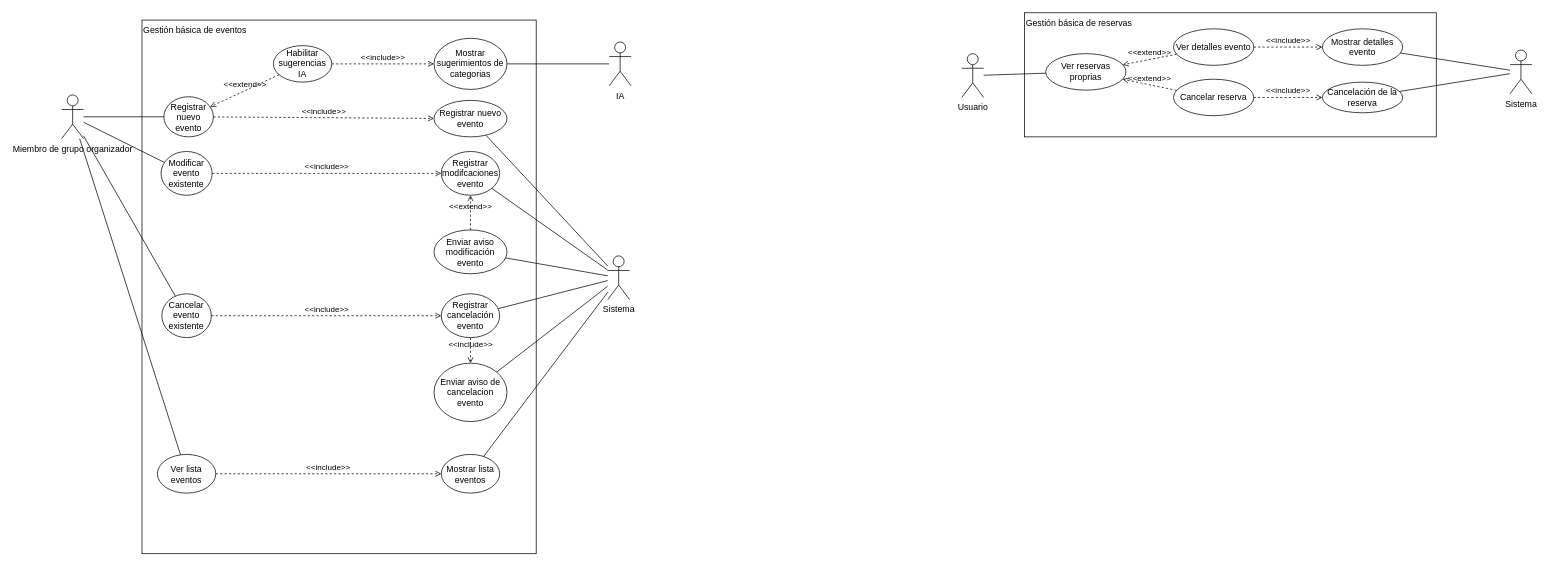
The draw.io diagram docs/diagrams/use-case/use-case-diagram.es.drawio in a-mayb3/group_n_meet_backend, before the edit. Source tidied: cells renumbered, new cells numbered last; positions are measured from the earlier drawing's top-left corner, leaving out a move shared by most shapes. Both pictures are drawn from the tidied source at 73%, with x=0, y=0 at pixel (61, 12).
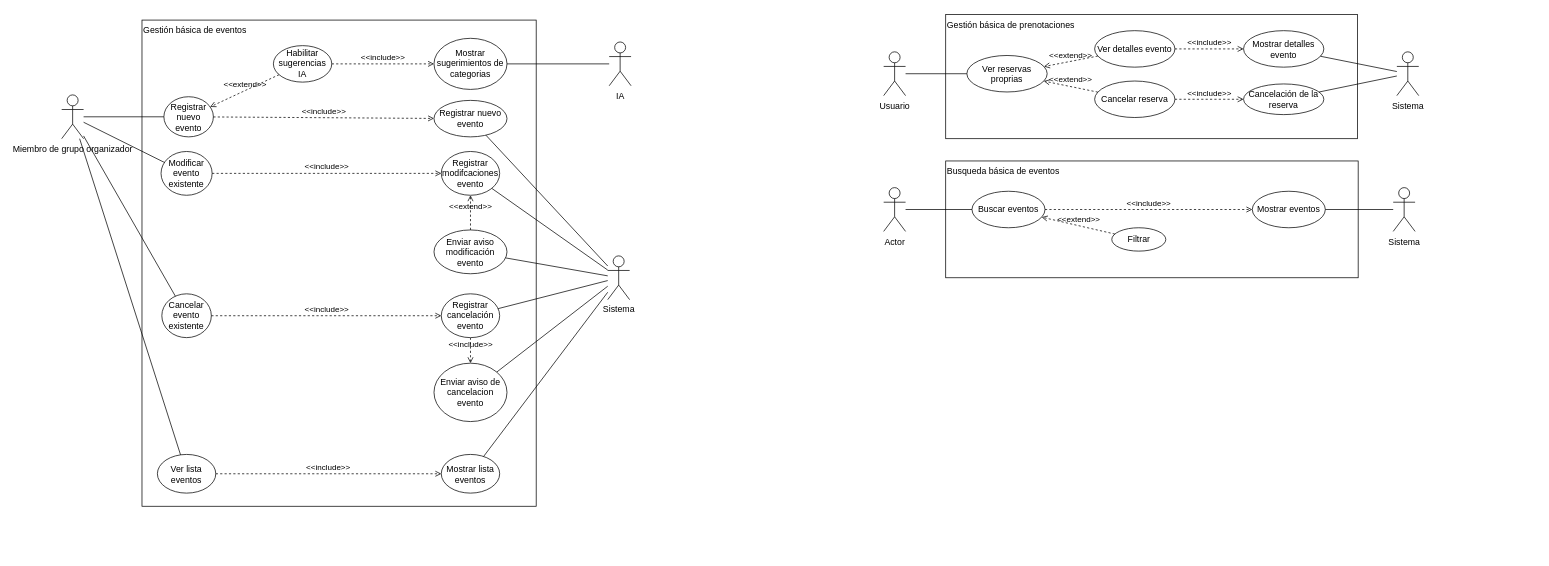
After the change.

Commit message:
Añadido caso de uso de busqueda de eventos

What changed in the source:
```diff
@@
+    <mxCell id="52" value="Busqueda básica de eventos" style="rounded=0;whiteSpace=wrap;html=1;align=left;verticalAlign=top;" parent="1" vertex="1">
+      <mxGeometry x="1211" y="203" width="565" height="160" as="geometry" />
+    </mxCell>
+    <mxCell id="51" value="Gestión básica de prenotaciones" style="rounded=0;whiteSpace=wrap;html=1;fillColor=none;align=left;verticalAlign=top;" parent="1" vertex="1">
+      <mxGeometry x="1211" y="2.5" width="564" height="170" as="geometry" />
+    </mxCell>
     <mxCell id="2" value="Gestión básica de eventos" style="rounded=0;whiteSpace=wrap;html=1;fillColor=none;align=left;verticalAlign=top;" parent="1" vertex="1">
-      <mxGeometry x="110" y="10" width="540" height="731" as="geometry" />
+      <mxGeometry x="110" y="10" width="540" height="666" as="geometry" />
     </mxCell>
     <mxCell id="3" value="Usuario" style="shape=umlActor;verticalLabelPosition=bottom;verticalAlign=top;html=1;" parent="1" vertex="1">
-      <mxGeometry x="1233" y="56" width="30" height="60" as="geometry" />
+      <mxGeometry x="1126" y="53.5" width="30" height="60" as="geometry" />
     </mxCell>
@@
     <mxCell id="5" value="Ver reservas proprias" style="ellipse;whiteSpace=wrap;html=1;" parent="1" vertex="1">
-      <mxGeometry x="1348" y="56" width="110" height="50" as="geometry" />
+      <mxGeometry x="1240" y="58.5" width="110" height="50" as="geometry" />
     </mxCell>
     <mxCell id="6" value="Ver detalles evento" style="ellipse;whiteSpace=wrap;html=1;" parent="1" vertex="1">
-      <mxGeometry x="1523" y="22" width="110" height="50" as="geometry" />
+      <mxGeometry x="1415" y="24.5" width="110" height="50" as="geometry" />
     </mxCell>
     <mxCell id="7" value="Mostrar detalles evento" style="ellipse;whiteSpace=wrap;html=1;" parent="1" vertex="1">
-      <mxGeometry x="1727" y="22" width="110" height="50" as="geometry" />
+      <mxGeometry x="1619" y="24.5" width="110" height="50" as="geometry" />
     </mxCell>
     <mxCell id="8" value="Cancelar reserva" style="ellipse;whiteSpace=wrap;html=1;" parent="1" vertex="1">
-      <mxGeometry x="1523" y="91" width="110" height="50" as="geometry" />
+      <mxGeometry x="1415" y="93.5" width="110" height="50" as="geometry" />
     </mxCell>
     <mxCell id="9" value="Cancelación de la reserva" style="ellipse;whiteSpace=wrap;html=1;" parent="1" vertex="1">
-      <mxGeometry x="1727" y="95" width="110" height="42" as="geometry" />
+      <mxGeometry x="1619" y="97.5" width="110" height="42" as="geometry" />
     </mxCell>
@@
     <mxCell id="48" value="Sistema" style="shape=umlActor;verticalLabelPosition=bottom;verticalAlign=top;html=1;" parent="1" vertex="1">
-      <mxGeometry x="1984" y="51" width="30" height="60" as="geometry" />
+      <mxGeometry x="1829" y="53.5" width="30" height="60" as="geometry" />
     </mxCell>
+    <mxCell id="53" value="Sistema" style="shape=umlActor;verticalLabelPosition=bottom;verticalAlign=top;html=1;" parent="1" vertex="1">
+      <mxGeometry x="1824" y="239.5" width="30" height="60" as="geometry" />
+    </mxCell>
@@
-    <mxCell id="51" value="Gestión básica de reservas" style="rounded=0;whiteSpace=wrap;html=1;fillColor=none;align=left;verticalAlign=top;" parent="1" vertex="1">
-      <mxGeometry x="1319" width="564" height="170" as="geometry" />
-    </mxCell>
+    <mxCell id="54" value="Actor" style="shape=umlActor;verticalLabelPosition=bottom;verticalAlign=top;html=1;outlineConnect=0;" parent="1" vertex="1">
+      <mxGeometry x="1126" y="239.5" width="30" height="60" as="geometry" />
+    </mxCell>
+    <mxCell id="55" value="Buscar eventos" style="ellipse;whiteSpace=wrap;html=1;" parent="1" vertex="1">
+      <mxGeometry x="1247" y="244.5" width="100" height="50" as="geometry" />
+    </mxCell>
+    <mxCell id="56" value="Filtrar" style="ellipse;whiteSpace=wrap;html=1;" parent="1" vertex="1">
+      <mxGeometry x="1438.5" y="294.5" width="74" height="32" as="geometry" />
+    </mxCell>
+    <mxCell id="57" value="&amp;lt;&amp;lt;extend&amp;gt;&amp;gt;" style="html=1;verticalAlign=bottom;labelBackgroundColor=none;endArrow=open;endFill=0;dashed=1;rounded=0;" parent="1" edge="1" source="56" target="55">
+      <mxGeometry relative="1" as="geometry" />
+    </mxCell>
+    <mxCell id="58" style="endArrow=none;html=1;rounded=0;" parent="1" edge="1" source="55" target="54">
+      <mxGeometry relative="1" as="geometry" />
+    </mxCell>
+    <mxCell id="59" value="Mostrar eventos" style="ellipse;whiteSpace=wrap;html=1;" parent="1" vertex="1">
+      <mxGeometry x="1631" y="244.5" width="100" height="50" as="geometry" />
+    </mxCell>
+    <mxCell id="60" value="&amp;lt;&amp;lt;include&amp;gt;&amp;gt;" style="html=1;verticalAlign=bottom;labelBackgroundColor=none;endArrow=open;endFill=0;dashed=1;rounded=0;" parent="1" edge="1" source="55" target="59">
+      <mxGeometry relative="1" as="geometry" />
+    </mxCell>
+    <mxCell id="61" style="edgeStyle=orthogonalEdgeStyle;rounded=0;orthogonalLoop=1;jettySize=auto;html=1;exitX=0.5;exitY=1;exitDx=0;exitDy=0;" parent="1" edge="1" source="59" target="59">
+      <mxGeometry relative="1" as="geometry" />
+    </mxCell>
+    <mxCell id="62" style="endArrow=none;html=1;rounded=0;" parent="1" edge="1" source="53" target="59">
+      <mxGeometry relative="1" as="geometry" />
+    </mxCell>
```
